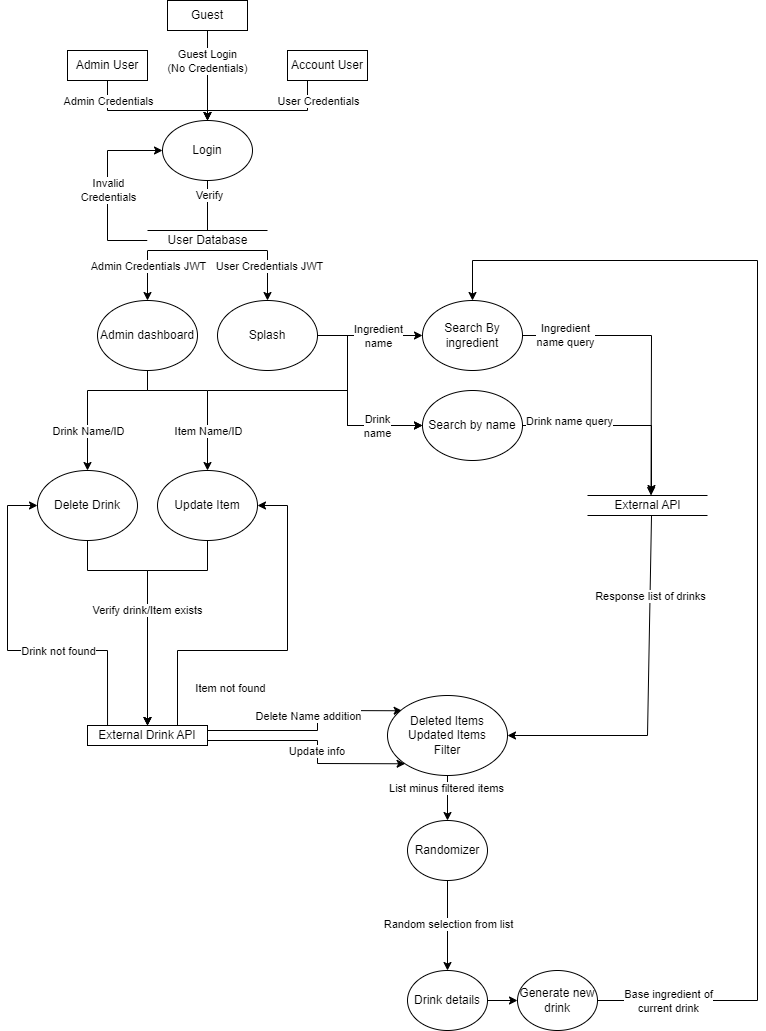
Earlier version of the draw.io export docs/DFDs/ShkrDFD.png (NassyKova/Cocktail). Source tidied: cells renumbered, new cells last; positions are measured from the earlier drawing's top-left corner, leaving out a move shared by most shapes.
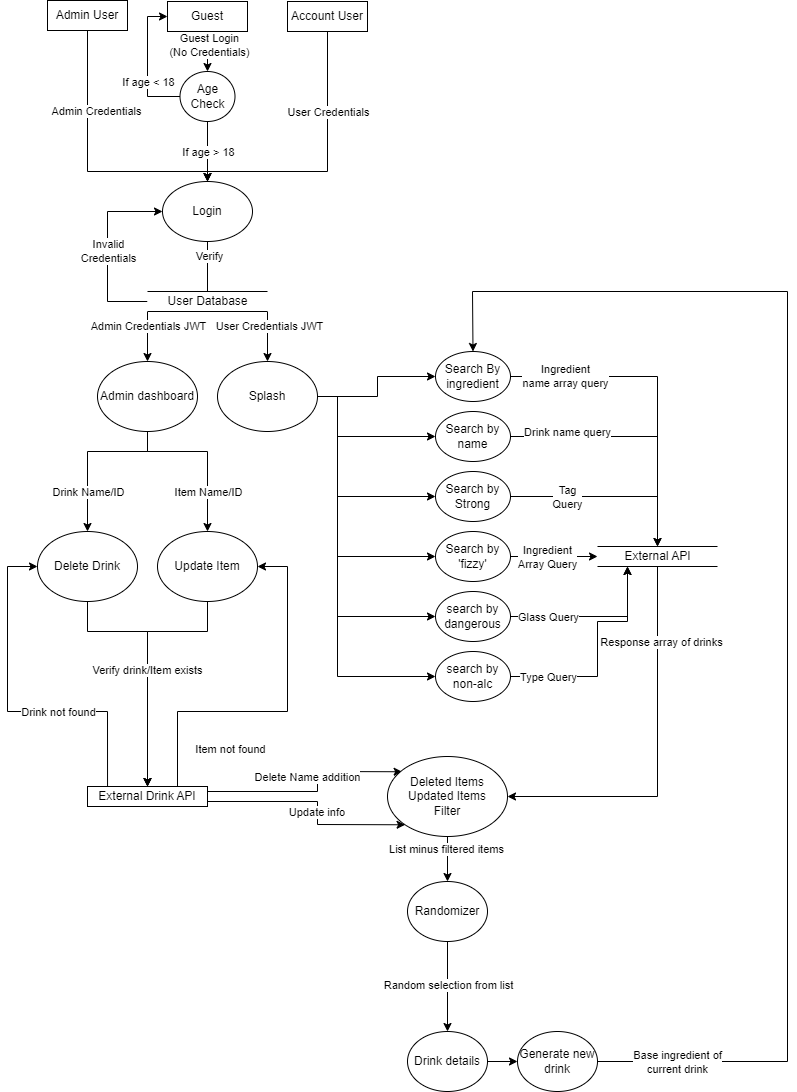
Later version of the same file.

Change to the diagram source:
```diff
@@ -3,29 +3,30 @@
     <mxCell id="0" />
     <mxCell id="1" parent="0" />
     <mxCell id="2" value="Admin user" style="rounded=1;whiteSpace=wrap;html=1;" parent="1" vertex="1">
-      <mxGeometry x="60" y="50" width="80" height="30" as="geometry" />
+      <mxGeometry x="40" y="-61" width="80" height="30" as="geometry" />
     </mxCell>
     <mxCell id="3" value="Guest" style="rounded=1;whiteSpace=wrap;html=1;" parent="1" vertex="1">
-      <mxGeometry x="160" width="80" height="30" as="geometry" />
+      <mxGeometry x="160" y="-60" width="80" height="30" as="geometry" />
     </mxCell>
     <mxCell id="4" value="Login" style="ellipse;whiteSpace=wrap;html=1;" parent="1" vertex="1">
       <mxGeometry x="155" y="120" width="90" height="60" as="geometry" />
     </mxCell>
-    <mxCell id="5" style="endArrow=classic;html=1;rounded=0;exitX=0.5;exitY=1;exitDx=0;exitDy=0;" parent="1" edge="1">
+    <mxCell id="5" style="endArrow=classic;html=1;rounded=0;exitX=0.5;exitY=1;exitDx=0;exitDy=0;" parent="1" edge="1" source="57">
       <mxGeometry relative="1" as="geometry">
-        <mxPoint x="300" y="80" as="sourcePoint" />
         <mxPoint x="200" y="120" as="targetPoint" />
         <Array as="points">
-          <mxPoint x="300" y="110" />
+          <mxPoint x="320" y="110" />
           <mxPoint x="200" y="110" />
         </Array>
       </mxGeometry>
     </mxCell>
-    <mxCell id="6" style="endArrow=classic;html=1;rounded=0;entryX=0.5;entryY=0;entryDx=0;entryDy=0;exitX=0.5;exitY=1;exitDx=0;exitDy=0;" parent="1" edge="1" source="3" target="4">
+    <mxCell id="6" style="endArrow=classic;html=1;rounded=0;exitX=0.5;exitY=1;exitDx=0;exitDy=0;" parent="1" edge="1" source="54" target="73">
       <mxGeometry relative="1" as="geometry" />
     </mxCell>
     <mxCell id="7" value="Guest Login&lt;br&gt;(No Credentials)" style="edgeLabel;html=1;align=center;verticalAlign=middle;" parent="6" vertex="1">
-      <mxGeometry x="-0.33" y="-1" relative="1" as="geometry" />
+      <mxGeometry x="-0.33" y="-1" relative="1" as="geometry">
+        <mxPoint x="2" as="offset" />
+      </mxGeometry>
     </mxCell>
     <mxCell id="8" style="endArrow=classic;html=1;rounded=0;exitX=0.5;exitY=1;exitDx=0;exitDy=0;startArrow=none;" parent="1" edge="1" source="60">
       <mxGeometry relative="1" as="geometry">
@@ -36,13 +37,13 @@
       <mxGeometry relative="1" as="geometry">
         <mxPoint x="200" y="120" as="targetPoint" />
         <Array as="points">
-          <mxPoint x="100" y="110" />
+          <mxPoint x="80" y="110" />
           <mxPoint x="200" y="110" />
         </Array>
       </mxGeometry>
     </mxCell>
     <mxCell id="10" value="User Credentials" style="edgeLabel;html=1;align=center;verticalAlign=middle;" parent="1" vertex="1">
-      <mxGeometry x="310" y="100" as="geometry" />
+      <mxGeometry x="320" y="50" as="geometry" />
     </mxCell>
     <mxCell id="11" style="endArrow=classic;html=1;rounded=0;exitX=0;exitY=0.5;exitDx=0;exitDy=0;entryX=0;entryY=0.5;entryDx=0;entryDy=0;" parent="1" edge="1" target="4">
       <mxGeometry relative="1" as="geometry">
@@ -62,7 +63,7 @@
       <mxGeometry x="210" y="300" width="100" height="70" as="geometry" />
     </mxCell>
     <mxCell id="14" value="Search By ingredient" style="ellipse;whiteSpace=wrap;html=1;" parent="1" vertex="1">
-      <mxGeometry x="415" y="300" width="100" height="70" as="geometry" />
+      <mxGeometry x="428" y="290" width="75" height="50" as="geometry" />
     </mxCell>
     <mxCell id="15" value="Admin dashboard" style="ellipse;whiteSpace=wrap;html=1;" parent="1" vertex="1">
       <mxGeometry x="90" y="300" width="100" height="70" as="geometry" />
@@ -88,7 +89,7 @@
       <mxGeometry x="30" y="470" width="100" height="70" as="geometry" />
     </mxCell>
     <mxCell id="21" value="Search by name" style="ellipse;whiteSpace=wrap;html=1;" parent="1" vertex="1">
-      <mxGeometry x="415" y="390" width="100" height="70" as="geometry" />
+      <mxGeometry x="428" y="350" width="75" height="50" as="geometry" />
     </mxCell>
     <mxCell id="22" value="Update Item" style="ellipse;whiteSpace=wrap;html=1;" parent="1" vertex="1">
       <mxGeometry x="150" y="470" width="100" height="70" as="geometry" />
@@ -109,49 +110,38 @@
         </Array>
       </mxGeometry>
     </mxCell>
-    <mxCell id="25" style="endArrow=classic;html=1;rounded=0;entryX=0;entryY=0.5;entryDx=0;entryDy=0;" parent="1" edge="1" target="21">
-      <mxGeometry relative="1" as="geometry">
-        <mxPoint x="200" y="390" as="sourcePoint" />
-        <Array as="points">
-          <mxPoint x="340" y="390" />
-          <mxPoint x="340" y="425" />
-        </Array>
-      </mxGeometry>
-    </mxCell>
     <mxCell id="26" style="endArrow=classic;html=1;rounded=0;entryX=0;entryY=0.5;entryDx=0;entryDy=0;exitX=1;exitY=0.5;exitDx=0;exitDy=0;" parent="1" edge="1" source="13" target="14">
-      <mxGeometry relative="1" as="geometry" />
+      <mxGeometry relative="1" as="geometry">
+        <Array as="points">
+          <mxPoint x="370" y="335" />
+          <mxPoint x="370" y="315" />
+        </Array>
+      </mxGeometry>
     </mxCell>
-    <mxCell id="27" value="Ingredient &lt;br&gt;name" style="edgeLabel;html=1;align=center;verticalAlign=middle;" parent="26" vertex="1">
-      <mxGeometry x="0.33" relative="1" as="geometry">
-        <mxPoint x="-10" as="offset" />
-      </mxGeometry>
-    </mxCell>
     <mxCell id="28" style="endArrow=classic;html=1;rounded=0;exitX=1;exitY=0.5;exitDx=0;exitDy=0;entryX=0;entryY=0.5;entryDx=0;entryDy=0;" parent="1" edge="1" source="13" target="21">
       <mxGeometry relative="1" as="geometry">
         <Array as="points">
-          <mxPoint x="340" y="335" />
-          <mxPoint x="340" y="425" />
+          <mxPoint x="330" y="335" />
+          <mxPoint x="330" y="375" />
         </Array>
       </mxGeometry>
     </mxCell>
-    <mxCell id="29" style="endArrow=classic;html=1;rounded=0;exitX=1;exitY=0.5;exitDx=0;exitDy=0;entryX=0.446;entryY=0;entryDx=0;entryDy=0;entryPerimeter=0;" parent="1" edge="1" source="14">
+    <mxCell id="29" style="endArrow=classic;html=1;rounded=0;exitX=1;exitY=0.5;exitDx=0;exitDy=0;entryX=0.5;entryY=0;entryDx=0;entryDy=0;" parent="1" edge="1" source="14" target="61">
       <mxGeometry relative="1" as="geometry">
-        <mxPoint x="643.5" y="495" as="targetPoint" />
         <Array as="points">
-          <mxPoint x="644" y="335" />
+          <mxPoint x="650" y="315" />
         </Array>
       </mxGeometry>
     </mxCell>
-    <mxCell id="30" value="Ingredient&lt;br&gt;name query" style="edgeLabel;html=1;align=center;verticalAlign=middle;" parent="1" vertex="1">
-      <mxGeometry x="530" y="335" as="geometry">
+    <mxCell id="30" value="Ingredient&lt;br&gt;name array query" style="edgeLabel;html=1;align=center;verticalAlign=middle;" parent="1" vertex="1">
+      <mxGeometry x="530" y="315" as="geometry">
         <mxPoint x="27" y="-1" as="offset" />
       </mxGeometry>
     </mxCell>
-    <mxCell id="31" style="endArrow=classic;html=1;rounded=0;entryX=0.45;entryY=-0.1;entryDx=0;entryDy=0;entryPerimeter=0;exitX=1;exitY=0.5;exitDx=0;exitDy=0;" parent="1" edge="1" source="21">
+    <mxCell id="31" style="endArrow=classic;html=1;rounded=0;entryX=0.5;entryY=0;entryDx=0;entryDy=0;exitX=1;exitY=0.5;exitDx=0;exitDy=0;" parent="1" edge="1" source="21" target="61">
       <mxGeometry relative="1" as="geometry">
-        <mxPoint x="644" y="493" as="targetPoint" />
         <Array as="points">
-          <mxPoint x="644" y="425" />
+          <mxPoint x="650" y="375" />
         </Array>
       </mxGeometry>
     </mxCell>
@@ -210,17 +200,17 @@
     <mxCell id="42" value="Deleted Items&lt;br&gt;Updated Items&lt;br&gt;Filter" style="ellipse;whiteSpace=wrap;html=1;" parent="1" vertex="1">
       <mxGeometry x="380" y="695" width="120" height="80" as="geometry" />
     </mxCell>
-    <mxCell id="43" style="endArrow=classic;html=1;rounded=0;entryX=1;entryY=0.5;entryDx=0;entryDy=0;exitX=0.45;exitY=1.025;exitDx=0;exitDy=0;exitPerimeter=0;" parent="1" edge="1" target="42">
+    <mxCell id="43" style="endArrow=classic;html=1;rounded=0;entryX=1;entryY=0.5;entryDx=0;entryDy=0;startArrow=none;" parent="1" edge="1" target="42">
       <mxGeometry relative="1" as="geometry">
-        <mxPoint x="644" y="515.5" as="sourcePoint" />
+        <mxPoint x="650" y="500" as="sourcePoint" />
         <Array as="points">
-          <mxPoint x="640" y="735" />
+          <mxPoint x="650" y="735" />
         </Array>
       </mxGeometry>
     </mxCell>
-    <mxCell id="44" value="Response list of drinks" style="edgeLabel;html=1;align=center;verticalAlign=middle;" parent="43" vertex="1">
-      <mxGeometry x="-0.56" relative="1" as="geometry" />
-    </mxCell>
+    <mxCell id="71" value="Response array of drinks" style="edgeLabel;html=1;align=center;verticalAlign=middle;" parent="43" vertex="1">
+      <mxGeometry x="-0.58" y="3" relative="1" as="geometry" />
+    </mxCell>
     <mxCell id="45" style="endArrow=classic;html=1;rounded=0;exitX=0.5;exitY=1;exitDx=0;exitDy=0;" parent="1" edge="1" source="42">
       <mxGeometry relative="1" as="geometry">
         <mxPoint x="440" y="820" as="targetPoint" />
@@ -264,16 +254,16 @@
       <mxGeometry relative="1" as="geometry" />
     </mxCell>
     <mxCell id="54" value="Guest" style="rounded=0;whiteSpace=wrap;html=1;" parent="1" vertex="1">
-      <mxGeometry x="160" width="80" height="30" as="geometry" />
+      <mxGeometry x="160" y="-60" width="80" height="30" as="geometry" />
     </mxCell>
     <mxCell id="55" style="endArrow=none;html=1;rounded=0;exitX=0.5;exitY=1;exitDx=0;exitDy=0;" parent="1" edge="1" source="2" target="56">
       <mxGeometry relative="1" as="geometry" />
     </mxCell>
     <mxCell id="56" value="Admin User" style="rounded=0;whiteSpace=wrap;html=1;" parent="1" vertex="1">
-      <mxGeometry x="60" y="50" width="80" height="30" as="geometry" />
+      <mxGeometry x="40" y="-61" width="80" height="30" as="geometry" />
     </mxCell>
     <mxCell id="57" value="Account User" style="rounded=0;whiteSpace=wrap;html=1;" parent="1" vertex="1">
-      <mxGeometry x="280" y="50" width="80" height="30" as="geometry" />
+      <mxGeometry x="280" y="-60" width="80" height="30" as="geometry" />
     </mxCell>
     <mxCell id="58" style="endArrow=none;html=1;rounded=0;exitX=0.5;exitY=1;exitDx=0;exitDy=0;" parent="1" edge="1" source="4" target="60">
       <mxGeometry relative="1" as="geometry" />
@@ -284,9 +274,6 @@
     <mxCell id="60" value="User Database" style="html=1;dashed=0;whitespace=wrap;shape=partialRectangle;right=0;left=0;" parent="1" vertex="1">
       <mxGeometry x="140" y="230" width="120" height="20" as="geometry" />
     </mxCell>
-    <mxCell id="61" value="External API" style="html=1;dashed=0;whitespace=wrap;shape=partialRectangle;right=0;left=0;" parent="1" vertex="1">
-      <mxGeometry x="580" y="495" width="120" height="20" as="geometry" />
-    </mxCell>
     <mxCell id="62" value="Randomizer" style="ellipse;whiteSpace=wrap;html=1;" parent="1" vertex="1">
       <mxGeometry x="400" y="820" width="80" height="60" as="geometry" />
     </mxCell>
@@ -317,27 +304,149 @@
       <mxGeometry x="50" y="650" as="geometry" />
     </mxCell>
     <mxCell id="67" value="Admin Credentials" style="edgeLabel;html=1;align=center;verticalAlign=middle;" parent="1" vertex="1">
-      <mxGeometry x="100" y="100" as="geometry" />
+      <mxGeometry x="100" y="20" as="geometry">
+        <mxPoint x="-12" y="29" as="offset" />
+      </mxGeometry>
     </mxCell>
-    <mxCell id="68" value="Drink&lt;br&gt;name" style="edgeLabel;html=1;align=center;verticalAlign=middle;" parent="1" vertex="1">
-      <mxGeometry x="370" y="425" as="geometry">
-        <mxPoint x="-1" as="offset" />
-      </mxGeometry>
-    </mxCell>
-    <mxCell id="69" style="endArrow=classic;html=1;rounded=0;entryX=0.5;entryY=0;entryDx=0;entryDy=0;" parent="1" edge="1" target="14">
-      <mxGeometry relative="1" as="geometry">
-        <mxPoint x="590" y="1000" as="sourcePoint" />
-        <Array as="points">
-          <mxPoint x="750" y="1000" />
-          <mxPoint x="750" y="260" />
-          <mxPoint x="465" y="260" />
-        </Array>
-      </mxGeometry>
-    </mxCell>
+    <mxCell id="72" style="endArrow=classic;html=1;rounded=0;exitX=1;exitY=0.5;exitDx=0;exitDy=0;entryX=0.5;entryY=0;entryDx=0;entryDy=0;" parent="1" edge="1" source="52" target="14">
+      <mxGeometry relative="1" as="geometry">
+        <Array as="points">
+          <mxPoint x="780" y="1000" />
+          <mxPoint x="780" y="230" />
+          <mxPoint x="465" y="230" />
+        </Array>
+      </mxGeometry>
+    </mxCell>
-    <mxCell id="70" value="Base ingredient of&lt;br&gt;current drink" style="edgeLabel;html=1;align=center;verticalAlign=middle;" parent="69" vertex="1">
-      <mxGeometry x="-0.92" y="-2" relative="1" as="geometry">
-        <mxPoint x="22" y="-2" as="offset" />
+    <mxCell id="70" value="Base ingredient of&lt;br&gt;current drink" style="edgeLabel;html=1;align=center;verticalAlign=middle;" parent="72" vertex="1">
+      <mxGeometry x="-0.9" y="-4" relative="1" as="geometry">
+        <mxPoint x="16" y="-4" as="offset" />
       </mxGeometry>
     </mxCell>
+    <mxCell id="73" value="Age Check" style="ellipse;whiteSpace=wrap;html=1;" parent="1" vertex="1">
+      <mxGeometry x="172.5" y="10" width="55" height="50" as="geometry" />
+    </mxCell>
+    <mxCell id="74" style="endArrow=classic;html=1;rounded=0;exitX=0.5;exitY=1;exitDx=0;exitDy=0;" parent="1" edge="1" source="73">
+      <mxGeometry relative="1" as="geometry">
+        <mxPoint x="200" y="120" as="targetPoint" />
+      </mxGeometry>
+    </mxCell>
+    <mxCell id="75" value="If age &amp;gt; 18" style="edgeLabel;html=1;align=center;verticalAlign=middle;" parent="74" vertex="1">
+      <mxGeometry x="-0.4" y="-1" relative="1" as="geometry">
+        <mxPoint x="1" y="12" as="offset" />
+      </mxGeometry>
+    </mxCell>
+    <mxCell id="76" style="endArrow=classic;html=1;rounded=0;entryX=0;entryY=0.5;entryDx=0;entryDy=0;exitX=0;exitY=0.5;exitDx=0;exitDy=0;" parent="1" edge="1" source="73" target="54">
+      <mxGeometry relative="1" as="geometry">
+        <Array as="points">
+          <mxPoint x="140" y="35" />
+          <mxPoint x="140" y="-45" />
+        </Array>
+      </mxGeometry>
+    </mxCell>
+    <mxCell id="77" value="If age &amp;lt; 18" style="edgeLabel;html=1;align=center;verticalAlign=middle;" parent="76" vertex="1">
+      <mxGeometry x="-0.13" y="-5" relative="1" as="geometry">
+        <mxPoint x="-5" y="10" as="offset" />
+      </mxGeometry>
+    </mxCell>
+    <mxCell id="78" value="Search by 'fizzy'" style="ellipse;whiteSpace=wrap;html=1;" parent="1" vertex="1">
+      <mxGeometry x="428" y="470" width="75" height="50" as="geometry" />
+    </mxCell>
+    <mxCell id="79" value="Search by Strong" style="ellipse;whiteSpace=wrap;html=1;" parent="1" vertex="1">
+      <mxGeometry x="428" y="410" width="75" height="50" as="geometry" />
+    </mxCell>
+    <mxCell id="80" value="search by non-alc" style="ellipse;whiteSpace=wrap;html=1;" parent="1" vertex="1">
+      <mxGeometry x="428" y="590" width="75" height="50" as="geometry" />
+    </mxCell>
+    <mxCell id="81" style="endArrow=classic;html=1;rounded=0;entryX=0;entryY=0.5;entryDx=0;entryDy=0;" parent="1" edge="1" target="79">
+      <mxGeometry relative="1" as="geometry">
+        <mxPoint x="330" y="360" as="sourcePoint" />
+        <Array as="points">
+          <mxPoint x="330" y="435" />
+        </Array>
+      </mxGeometry>
+    </mxCell>
+    <mxCell id="82" style="endArrow=classic;html=1;rounded=0;entryX=0;entryY=0.5;entryDx=0;entryDy=0;" parent="1" edge="1">
+      <mxGeometry relative="1" as="geometry">
+        <mxPoint x="330" y="420" as="sourcePoint" />
+        <mxPoint x="428" y="495" as="targetPoint" />
+        <Array as="points">
+          <mxPoint x="330" y="495" />
+        </Array>
+      </mxGeometry>
+    </mxCell>
+    <mxCell id="83" style="endArrow=classic;html=1;rounded=0;entryX=0;entryY=0.5;entryDx=0;entryDy=0;" parent="1" edge="1">
+      <mxGeometry relative="1" as="geometry">
+        <mxPoint x="330" y="480" as="sourcePoint" />
+        <mxPoint x="428" y="555" as="targetPoint" />
+        <Array as="points">
+          <mxPoint x="330" y="555" />
+        </Array>
+      </mxGeometry>
+    </mxCell>
+    <mxCell id="84" style="endArrow=classic;html=1;rounded=0;entryX=0;entryY=0.5;entryDx=0;entryDy=0;" parent="1" edge="1">
+      <mxGeometry relative="1" as="geometry">
+        <mxPoint x="330" y="540" as="sourcePoint" />
+        <mxPoint x="428" y="615" as="targetPoint" />
+        <Array as="points">
+          <mxPoint x="330" y="615" />
+        </Array>
+      </mxGeometry>
+    </mxCell>
+    <mxCell id="61" value="External API" style="html=1;dashed=0;whitespace=wrap;shape=partialRectangle;right=0;left=0;" parent="1" vertex="1">
+      <mxGeometry x="590" y="485" width="120" height="20" as="geometry" />
+    </mxCell>
+    <mxCell id="85" style="edgeStyle=orthogonalEdgeStyle;rounded=0;orthogonalLoop=1;jettySize=auto;html=1;exitX=0.5;exitY=1;exitDx=0;exitDy=0;" parent="1" edge="1" source="61" target="61">
+      <mxGeometry relative="1" as="geometry" />
+    </mxCell>
+    <mxCell id="86" style="endArrow=none;html=1;rounded=0;exitX=1;exitY=0.5;exitDx=0;exitDy=0;" parent="1" edge="1" source="79">
+      <mxGeometry relative="1" as="geometry">
+        <mxPoint x="650" y="435" as="targetPoint" />
+        <Array as="points">
+          <mxPoint x="570" y="435" />
+        </Array>
+      </mxGeometry>
+    </mxCell>
+    <mxCell id="87" value="Tag &lt;br&gt;Query" style="edgeLabel;html=1;align=center;verticalAlign=middle;" parent="86" vertex="1">
+      <mxGeometry x="-0.47" y="-2" relative="1" as="geometry">
+        <mxPoint x="18" y="-2" as="offset" />
+      </mxGeometry>
+    </mxCell>
+    <mxCell id="88" style="endArrow=classic;html=1;rounded=0;exitX=1;exitY=0.5;exitDx=0;exitDy=0;entryX=0;entryY=0.5;entryDx=0;entryDy=0;" parent="1" edge="1" source="78" target="61">
+      <mxGeometry relative="1" as="geometry" />
+    </mxCell>
+    <mxCell id="89" value="Ingredient&lt;br&gt;Array Query" style="edgeLabel;html=1;align=center;verticalAlign=middle;" parent="88" vertex="1">
+      <mxGeometry x="-0.63" y="1" relative="1" as="geometry">
+        <mxPoint x="21" y="1" as="offset" />
+      </mxGeometry>
+    </mxCell>
+    <mxCell id="90" value="search by dangerous" style="ellipse;whiteSpace=wrap;html=1;" parent="1" vertex="1">
+      <mxGeometry x="428" y="530" width="75" height="50" as="geometry" />
+    </mxCell>
+    <mxCell id="91" style="endArrow=classic;html=1;rounded=0;entryX=0.25;entryY=1;entryDx=0;entryDy=0;exitX=1;exitY=0.5;exitDx=0;exitDy=0;" parent="1" edge="1" source="90" target="61">
+      <mxGeometry relative="1" as="geometry">
+        <Array as="points">
+          <mxPoint x="620" y="555" />
+        </Array>
+      </mxGeometry>
+    </mxCell>
+    <mxCell id="92" value="Glass Query" style="edgeLabel;html=1;align=center;verticalAlign=middle;" parent="91" vertex="1">
+      <mxGeometry x="-0.76" y="-2" relative="1" as="geometry">
+        <mxPoint x="17" y="-2" as="offset" />
+      </mxGeometry>
+    </mxCell>
+    <mxCell id="93" style="endArrow=classic;html=1;rounded=0;entryX=0.25;entryY=1;entryDx=0;entryDy=0;exitX=1;exitY=0.5;exitDx=0;exitDy=0;" parent="1" edge="1" source="80" target="61">
+      <mxGeometry relative="1" as="geometry">
+        <Array as="points">
+          <mxPoint x="590" y="615" />
+          <mxPoint x="590" y="560" />
+          <mxPoint x="620" y="560" />
+        </Array>
+      </mxGeometry>
+    </mxCell>
+    <mxCell id="94" value="Type Query" style="edgeLabel;html=1;align=center;verticalAlign=middle;" parent="93" vertex="1">
+      <mxGeometry x="-0.8" relative="1" as="geometry">
+        <mxPoint x="14" as="offset" />
+      </mxGeometry>
+    </mxCell>
   </root>
 </mxGraphModel>
```
